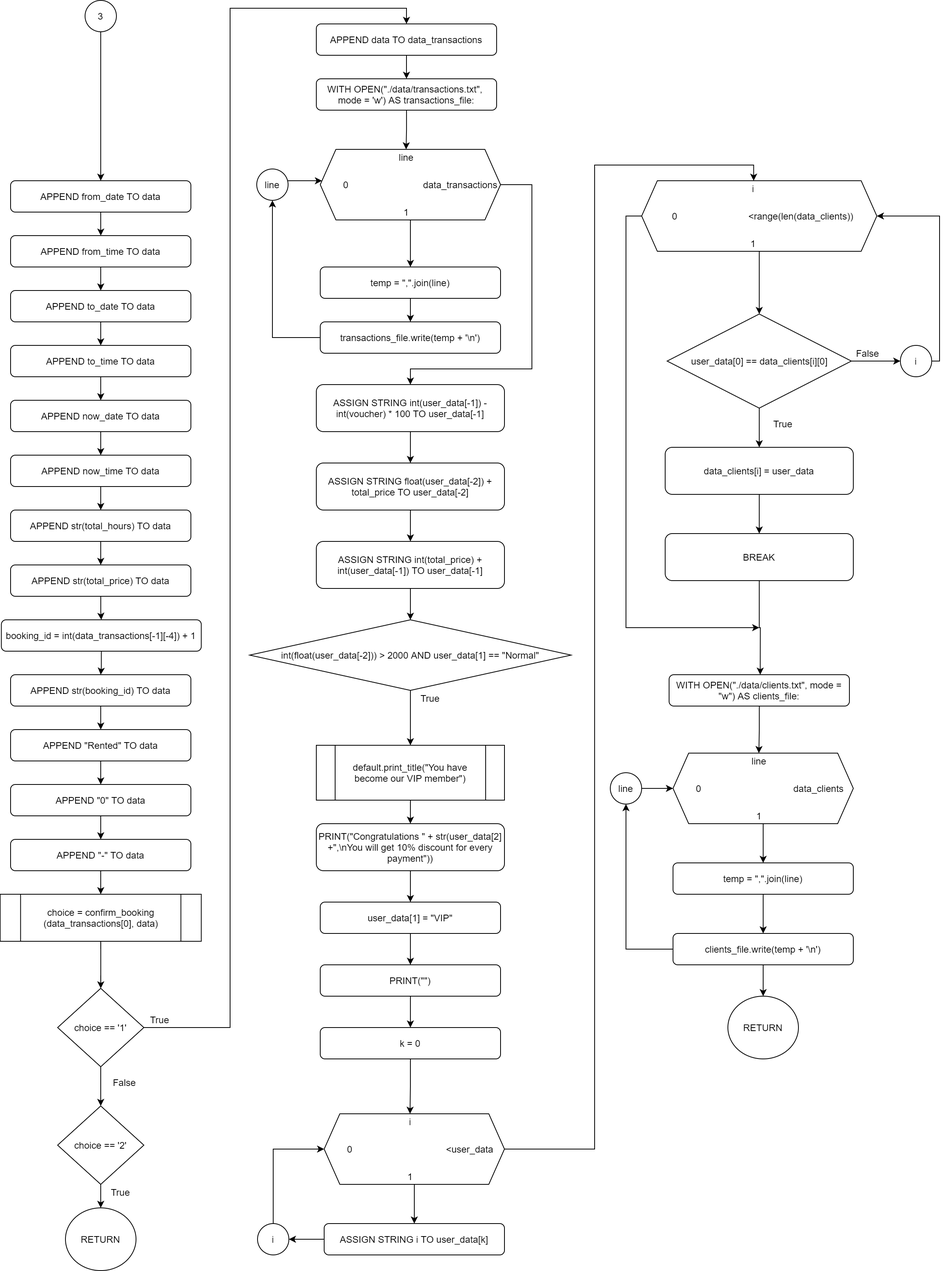
This is Flowchart/clients/bookcar_menu-Page-4.png from RabbitBear00/Car-Rental-System, a draw.io export, as it was before one commit. Source tidied: cells renumbered, new cells last; positions are measured from the earlier drawing's top-left corner, leaving out a move shared by most shapes.
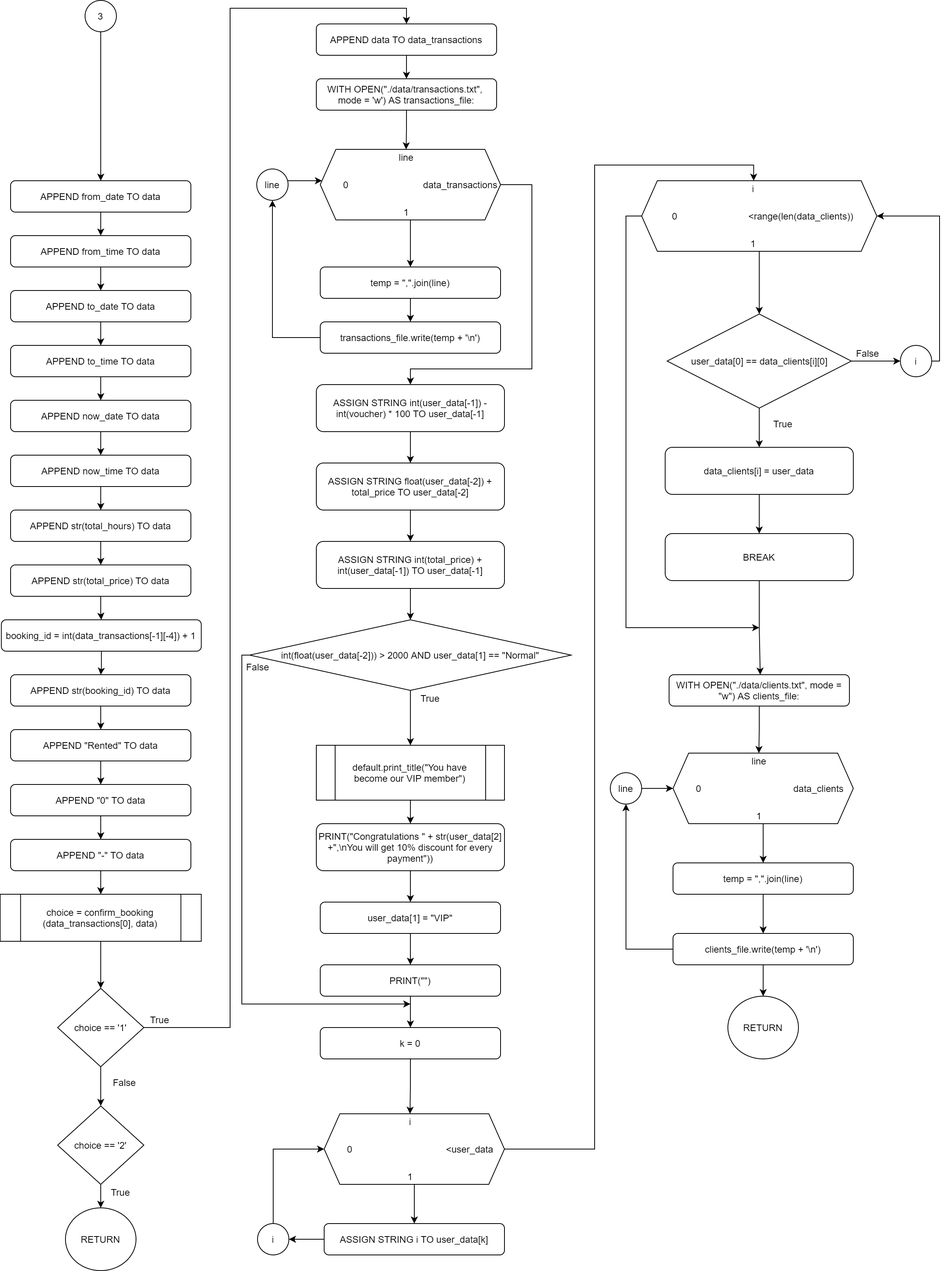
Above is the later version.

Diff of the diagram source:
```diff
@@ -143,6 +143,15 @@
     <mxCell id="48" style="edgeStyle=orthogonalEdgeStyle;rounded=0;jettySize=auto;html=1;" parent="1" edge="1" source="49" target="51">
       <mxGeometry relative="1" as="geometry" />
     </mxCell>
+    <mxCell id="126" style="edgeStyle=orthogonalEdgeStyle;rounded=0;jettySize=auto;html=1;exitX=0;exitY=0.5;exitDx=0;exitDy=0;" parent="1" edge="1" source="49">
+      <mxGeometry relative="1" as="geometry">
+        <mxPoint x="523" y="1280" as="targetPoint" />
+        <Array as="points">
+          <mxPoint x="308" y="835" />
+          <mxPoint x="308" y="1280" />
+        </Array>
+      </mxGeometry>
+    </mxCell>
     <mxCell id="49" value="int(float(user_data[-2])) &amp;gt; 2000 AND user_data[1] == &quot;Normal&quot;" style="rhombus;whiteSpace=wrap;html=1;" parent="1" vertex="1">
       <mxGeometry x="318" y="790" width="410" height="90" as="geometry" />
     </mxCell>
@@ -410,5 +419,8 @@
     <mxCell id="125" value="line" style="ellipse;whiteSpace=wrap;html=1;" parent="1" vertex="1">
       <mxGeometry x="778" y="985" width="40" height="40" as="geometry" />
     </mxCell>
+    <mxCell id="127" value="False" style="text;html=1;align=center;verticalAlign=middle;strokeColor=none;" parent="1" vertex="1">
+      <mxGeometry x="308" y="840" width="40" height="20" as="geometry" />
+    </mxCell>
   </root>
 </mxGraphModel>
```
